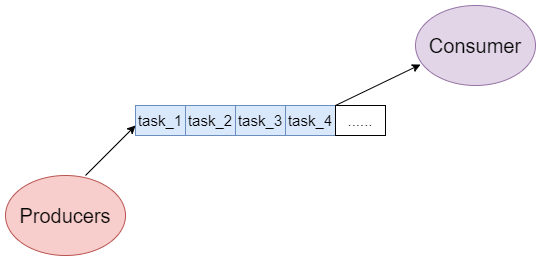
Above: img/product_consume.png in lixiang-share/jiuguang-blob (draw.io), before the change. Source tidied: cells renumbered, new cells last; positions are measured from the earlier drawing's top-left corner, leaving out a move shared by most shapes. The source it was exported from:
```xml
<mxGraphModel>
  <root>
    <mxCell id="0" />
    <mxCell id="1" parent="0" />
    <mxCell id="2" value="task_1" style="rounded=0;whiteSpace=wrap;html=1;fillColor=#dae8fc;strokeColor=#6c8ebf;fontSize=15;" parent="1" vertex="1">
      <mxGeometry x="130" y="100" width="50" height="30" as="geometry" />
    </mxCell>
    <mxCell id="3" value="task_2" style="rounded=0;whiteSpace=wrap;html=1;fillColor=#dae8fc;strokeColor=#6c8ebf;fontSize=15;" parent="1" vertex="1">
      <mxGeometry x="180" y="100" width="50" height="30" as="geometry" />
    </mxCell>
    <mxCell id="4" value="task_3" style="rounded=0;whiteSpace=wrap;html=1;fillColor=#dae8fc;strokeColor=#6c8ebf;fontSize=15;" parent="1" vertex="1">
      <mxGeometry x="230" y="100" width="50" height="30" as="geometry" />
    </mxCell>
    <mxCell id="5" value="task_4" style="rounded=0;whiteSpace=wrap;html=1;fillColor=#dae8fc;strokeColor=#6c8ebf;fontSize=15;" parent="1" vertex="1">
      <mxGeometry x="280" y="100" width="50" height="30" as="geometry" />
    </mxCell>
    <mxCell id="6" value="......" style="rounded=0;whiteSpace=wrap;html=1;fontSize=15;" parent="1" vertex="1">
      <mxGeometry x="330" y="100" width="50" height="30" as="geometry" />
    </mxCell>
    <mxCell id="7" value="task_3" style="rounded=0;whiteSpace=wrap;html=1;fillColor=#dae8fc;strokeColor=#6c8ebf;fontSize=15;" parent="1" vertex="1">
      <mxGeometry x="230" y="100" width="50" height="30" as="geometry" />
    </mxCell>
    <mxCell id="8" value="task_3" style="rounded=0;whiteSpace=wrap;html=1;fillColor=#dae8fc;strokeColor=#6c8ebf;fontSize=15;" parent="1" vertex="1">
      <mxGeometry x="230" y="100" width="50" height="30" as="geometry" />
    </mxCell>
    <mxCell id="9" value="Producers" style="ellipse;whiteSpace=wrap;html=1;fontSize=20;fillColor=#f8cecc;strokeColor=#b85450;" parent="1" vertex="1">
      <mxGeometry y="170" width="120" height="80" as="geometry" />
    </mxCell>
    <mxCell id="10" style="endArrow=classic;html=1;fontSize=20;" parent="1" edge="1">
      <mxGeometry relative="1" as="geometry">
        <mxPoint x="80" y="170" as="sourcePoint" />
        <mxPoint x="130" y="120" as="targetPoint" />
      </mxGeometry>
    </mxCell>
    <mxCell id="11" value="Consumer" style="ellipse;whiteSpace=wrap;html=1;fontSize=20;fillColor=#e1d5e7;strokeColor=#9673a6;" parent="1" vertex="1">
      <mxGeometry x="410" width="120" height="80" as="geometry" />
    </mxCell>
    <mxCell id="12" style="endArrow=classic;html=1;fontSize=20;entryX=0.042;entryY=0.738;entryDx=0;entryDy=0;entryPerimeter=0;" parent="1" edge="1" target="11">
      <mxGeometry relative="1" as="geometry">
        <mxPoint x="330" y="100" as="sourcePoint" />
      </mxGeometry>
    </mxCell>
  </root>
</mxGraphModel>
```
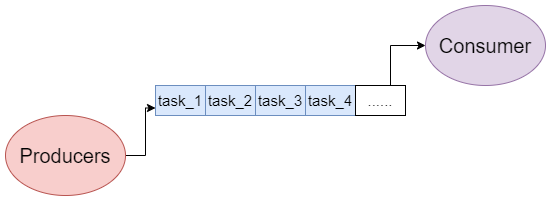
Above is the later version.

The edit, as a diff of the source:
```diff
@@ -11,6 +11,9 @@
     <mxCell id="4" value="task_3" style="rounded=0;whiteSpace=wrap;html=1;fillColor=#dae8fc;strokeColor=#6c8ebf;fontSize=15;" parent="1" vertex="1">
       <mxGeometry x="230" y="100" width="50" height="30" as="geometry" />
     </mxCell>
+    <mxCell id="13" style="edgeStyle=orthogonalEdgeStyle;rounded=0;jettySize=auto;html=1;fontSize=20;" parent="1" edge="1" source="5" target="11">
+      <mxGeometry relative="1" as="geometry" />
+    </mxCell>
     <mxCell id="5" value="task_4" style="rounded=0;whiteSpace=wrap;html=1;fillColor=#dae8fc;strokeColor=#6c8ebf;fontSize=15;" parent="1" vertex="1">
       <mxGeometry x="280" y="100" width="50" height="30" as="geometry" />
     </mxCell>
@@ -23,22 +26,14 @@
     <mxCell id="8" value="task_3" style="rounded=0;whiteSpace=wrap;html=1;fillColor=#dae8fc;strokeColor=#6c8ebf;fontSize=15;" parent="1" vertex="1">
       <mxGeometry x="230" y="100" width="50" height="30" as="geometry" />
     </mxCell>
+    <mxCell id="14" style="edgeStyle=orthogonalEdgeStyle;rounded=0;jettySize=auto;html=1;entryX=0;entryY=0.75;entryDx=0;entryDy=0;fontSize=20;" parent="1" edge="1" source="9" target="2">
+      <mxGeometry relative="1" as="geometry" />
+    </mxCell>
     <mxCell id="9" value="Producers" style="ellipse;whiteSpace=wrap;html=1;fontSize=20;fillColor=#f8cecc;strokeColor=#b85450;" parent="1" vertex="1">
-      <mxGeometry y="170" width="120" height="80" as="geometry" />
+      <mxGeometry x="-20" y="130" width="120" height="80" as="geometry" />
     </mxCell>
-    <mxCell id="10" style="endArrow=classic;html=1;fontSize=20;" parent="1" edge="1">
-      <mxGeometry relative="1" as="geometry">
-        <mxPoint x="80" y="170" as="sourcePoint" />
-        <mxPoint x="130" y="120" as="targetPoint" />
-      </mxGeometry>
-    </mxCell>
     <mxCell id="11" value="Consumer" style="ellipse;whiteSpace=wrap;html=1;fontSize=20;fillColor=#e1d5e7;strokeColor=#9673a6;" parent="1" vertex="1">
-      <mxGeometry x="410" width="120" height="80" as="geometry" />
+      <mxGeometry x="400" y="20" width="120" height="80" as="geometry" />
     </mxCell>
-    <mxCell id="12" style="endArrow=classic;html=1;fontSize=20;entryX=0.042;entryY=0.738;entryDx=0;entryDy=0;entryPerimeter=0;" parent="1" edge="1" target="11">
-      <mxGeometry relative="1" as="geometry">
-        <mxPoint x="330" y="100" as="sourcePoint" />
-      </mxGeometry>
-    </mxCell>
   </root>
 </mxGraphModel>
```
